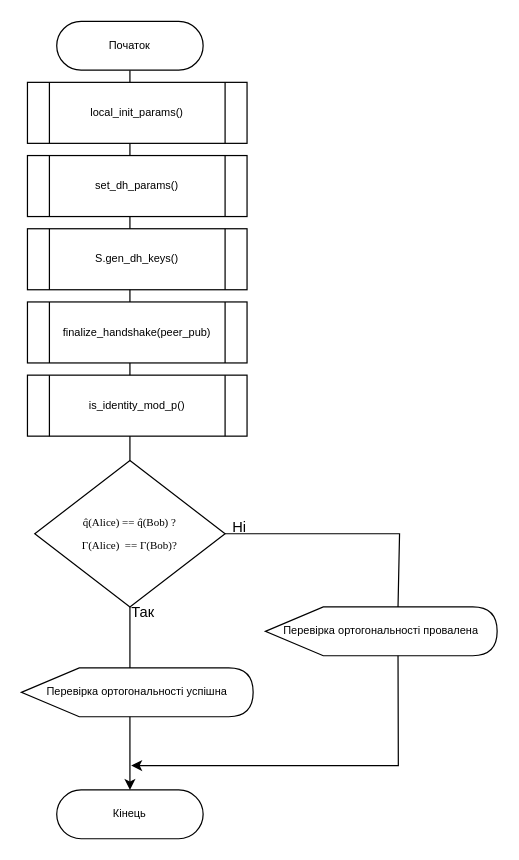
This is docs/dump/key_compress.drawio from hellraiser125/master_work, a draw.io file, before an edit. Source tidied: cells renumbered, new cells numbered last; positions are measured from the earlier drawing's top-left corner, leaving out a move shared by most shapes. Both pictures are drawn from the tidied source at 122%, with x=0, y=0 at pixel (21, 21).
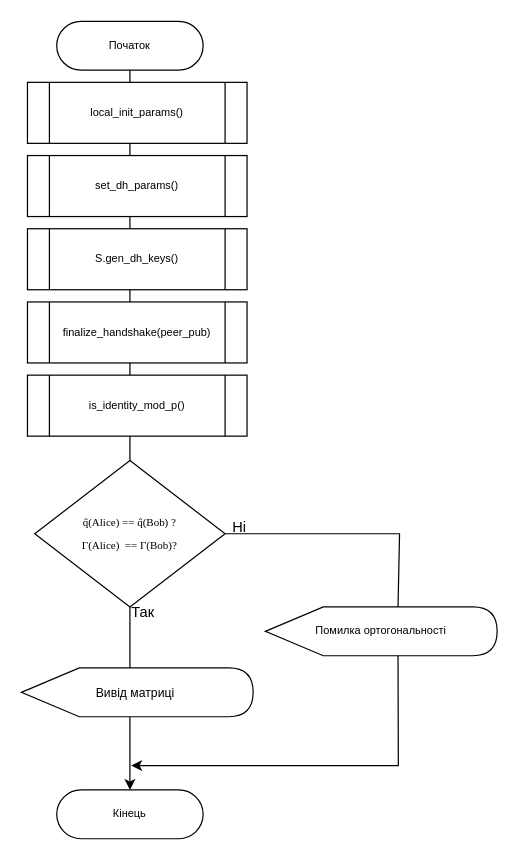
Above is the later version.

The edit, as a diff of the source:
```diff
@@
-    <mxCell id="11" value="Перевірка ортогональності успішна" style="shape=display;whiteSpace=wrap;html=1;fontSize=9;" parent="1" vertex="1">
+    <mxCell id="11" value="Вивід матриці&amp;nbsp;" style="shape=display;whiteSpace=wrap;html=1;fontSize=10;" parent="1" vertex="1">
       <mxGeometry y="530" width="190" height="40" as="geometry" />
     </mxCell>
-    <mxCell id="12" value="Перевірка ортогональності провалена" style="shape=display;whiteSpace=wrap;html=1;fontSize=9;" parent="1" vertex="1">
+    <mxCell id="12" value="Помилка ортогональності" style="shape=display;whiteSpace=wrap;html=1;fontSize=9;" parent="1" vertex="1">
       <mxGeometry x="200" y="480" width="190" height="40" as="geometry" />
     </mxCell>
```
